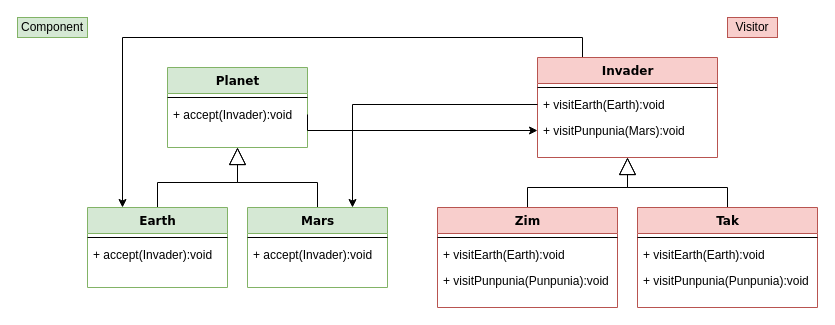
nicolaskruger/designPatterns keeps this draw.io diagram as assets/drawio/Visitor.drawio. Above is the earlier version. Source tidied: cells renumbered, new cells numbered last; positions are measured from the earlier drawing's top-left corner, leaving out a move shared by most shapes. Both pictures are drawn from the tidied source at 100%, with x=0, y=0 at pixel (17, 17).
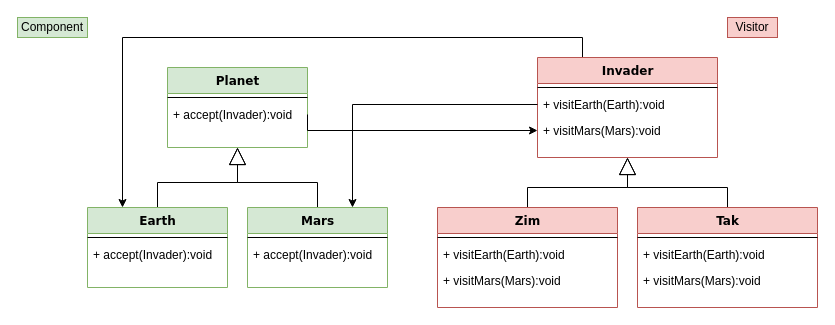
The same diagram, later.

The change refers to these unchanged cells:
```xml
<mxCell id="17" value="Invader" style="swimlane;html=1;fontStyle=1;align=center;verticalAlign=top;horizontal=1;startSize=26;swimlaneFillColor=#ffffff;rounded=0;shadow=0;comic=0;labelBackgroundColor=none;strokeWidth=1;fillColor=#f8cecc;fontFamily=Verdana;fontSize=12;strokeColor=#b85450;" parent="1" vertex="1">
  <mxGeometry x="520" y="40" width="180" height="100" as="geometry" />
</mxCell>
<mxCell id="22" value="Zim" style="swimlane;html=1;fontStyle=1;align=center;verticalAlign=top;horizontal=1;startSize=26;swimlaneFillColor=#ffffff;rounded=0;shadow=0;comic=0;labelBackgroundColor=none;strokeWidth=1;fillColor=#f8cecc;fontFamily=Verdana;fontSize=12;strokeColor=#b85450;" parent="1" vertex="1">
  <mxGeometry x="420" y="190" width="180" height="100" as="geometry" />
</mxCell>
<mxCell id="26" value="Tak" style="swimlane;html=1;fontStyle=1;align=center;verticalAlign=top;horizontal=1;startSize=26;swimlaneFillColor=#ffffff;rounded=0;shadow=0;comic=0;labelBackgroundColor=none;strokeWidth=1;fillColor=#f8cecc;fontFamily=Verdana;fontSize=12;strokeColor=#b85450;" parent="1" vertex="1">
  <mxGeometry x="620" y="190" width="180" height="100" as="geometry" />
</mxCell>
```

The edit, as a diff of the source:
```diff
@@
-    <mxCell id="20" value="+ visitPunpunia(Mars):void" style="text;html=1;strokeColor=none;fillColor=none;align=left;verticalAlign=top;spacingLeft=4;spacingRight=4;whiteSpace=wrap;overflow=hidden;points=[[0,0.5],[1,0.5]];portConstraint=eastwest;" parent="17" vertex="1">
+    <mxCell id="20" value="+ visitMars(Mars):void" style="text;html=1;strokeColor=none;fillColor=none;align=left;verticalAlign=top;spacingLeft=4;spacingRight=4;whiteSpace=wrap;overflow=hidden;points=[[0,0.5],[1,0.5]];portConstraint=eastwest;" parent="17" vertex="1">
       <mxGeometry y="60" width="180" height="26" as="geometry" />
     </mxCell>
@@
-    <mxCell id="25" value="+ visitPunpunia(Punpunia):void" style="text;html=1;strokeColor=none;fillColor=none;align=left;verticalAlign=top;spacingLeft=4;spacingRight=4;whiteSpace=wrap;overflow=hidden;" parent="22" vertex="1">
+    <mxCell id="25" value="+ visitMars(Mars):void" style="text;html=1;strokeColor=none;fillColor=none;align=left;verticalAlign=top;spacingLeft=4;spacingRight=4;whiteSpace=wrap;overflow=hidden;" parent="22" vertex="1">
       <mxGeometry y="60" width="180" height="26" as="geometry" />
     </mxCell>
@@
-    <mxCell id="29" value="+ visitPunpunia(Punpunia):void" style="text;html=1;strokeColor=none;fillColor=none;align=left;verticalAlign=top;spacingLeft=4;spacingRight=4;whiteSpace=wrap;overflow=hidden;" parent="26" vertex="1">
+    <mxCell id="29" value="+ visitMars(Mars):void" style="text;html=1;strokeColor=none;fillColor=none;align=left;verticalAlign=top;spacingLeft=4;spacingRight=4;whiteSpace=wrap;overflow=hidden;" parent="26" vertex="1">
       <mxGeometry y="60" width="180" height="26" as="geometry" />
     </mxCell>
```
